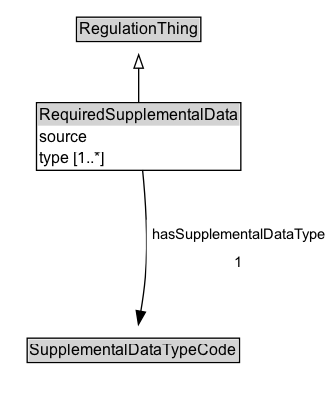
Above: docs/diagrams/RequiredSupplementalData.dot.png in k-vaughn/ontology-its-regulation (Graphviz), before the change. Its source is kept beside it as docs/diagrams/RequiredSupplementalData.dot.
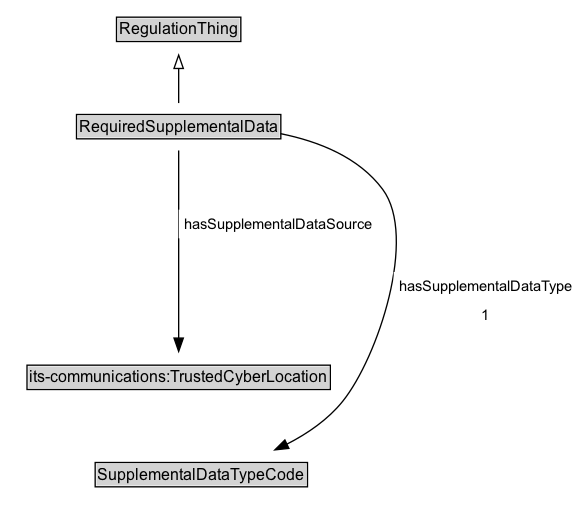
The same file after the commit.

What changed in the source:
```diff
@@ -6,18 +6,22 @@
 		rank=source
 		RegulationThing [label=<<TABLE BORDER="1" CELLBORDER="0" CELLSPACING="0" CELLPADDING="1"><TR><TD BGCOLOR="lightgray" ALIGN="CENTER">RegulationThing</TD></TR></TABLE>> URL="../RegulationThing" margin=0]
 	}
-	RequiredSupplementalData [label=<<TABLE BORDER="1" CELLBORDER="0" CELLSPACING="0" CELLPADDING="1"><TR><TD BGCOLOR="lightgray" ALIGN="CENTER">RequiredSupplementalData</TD></TR><TR><TD ALIGN="LEFT">source</TD></TR><TR><TD ALIGN="LEFT">type [1..*]</TD></TR></TABLE>> URL="../RequiredSupplementalData" margin=0]
+	RequiredSupplementalData [label=<<TABLE BORDER="1" CELLBORDER="0" CELLSPACING="0" CELLPADDING="1"><TR><TD BGCOLOR="lightgray" ALIGN="CENTER">RequiredSupplementalData</TD></TR></TABLE>> URL="../RequiredSupplementalData" margin=0]
 	{
 		rank=max
 	}
 	subgraph cluster_associated {
 		label="" style=invis
 		Invis [label=<<TABLE BORDER="0" CELLBORDER="0" CELLSPACING="0" CELLPADDING="1"><TR><TD></TD></TR></TABLE>> margin=0 style=invis]
+		"its-communications_TrustedCyberLocation" [label=<<TABLE BORDER="1" CELLBORDER="0" CELLSPACING="0" CELLPADDING="1"><TR><TD BGCOLOR="lightgray" ALIGN="CENTER">its-communications:TrustedCyberLocation</TD></TR></TABLE>> URL="https://w3id.org/itsdata/communications/v1/TrustedCyberLocation" margin=0]
 		SupplementalDataTypeCode [label=<<TABLE BORDER="1" CELLBORDER="0" CELLSPACING="0" CELLPADDING="1"><TR><TD BGCOLOR="lightgray" ALIGN="CENTER">SupplementalDataTypeCode</TD></TR></TABLE>> URL="../SupplementalDataTypeCode" margin=0]
 	}
 	RequiredSupplementalData -> RegulationThing [arrowhead=onormal style=solid]
 	RequiredSupplementalData -> Invis [style=invis]
-	Invis -> SupplementalDataTypeCode [style=invis]
+	Invis -> "its-communications_TrustedCyberLocation" [style=invis]
+	"its-communications_TrustedCyberLocation" -> SupplementalDataTypeCode [style=invis]
 	SupplementalDataTypeCode [label=<<TABLE BORDER="1" CELLBORDER="0" CELLSPACING="0" CELLPADDING="1"><TR><TD BGCOLOR="lightgray" ALIGN="CENTER">SupplementalDataTypeCode</TD></TR></TABLE>> URL="../SupplementalDataTypeCode" margin=0]
 	RequiredSupplementalData -> SupplementalDataTypeCode [label=<<TABLE BORDER="0" CELLBORDER="0" CELLSPACING="0" CELLPADDING="4" BGCOLOR="white"><TR><TD ALIGN="CENTER">hasSupplementalDataType</TD></TR><TR><TD ALIGN="CENTER">1</TD></TR></TABLE>> arrowhead=normal style=solid]
+	"its-communications_TrustedCyberLocation" [label=<<TABLE BORDER="1" CELLBORDER="0" CELLSPACING="0" CELLPADDING="1"><TR><TD BGCOLOR="lightgray" ALIGN="CENTER">its-communications:TrustedCyberLocation</TD></TR></TABLE>> URL="https://w3id.org/itsdata/communications/v1/TrustedCyberLocation" margin=0]
+	RequiredSupplementalData -> "its-communications_TrustedCyberLocation" [label=<<TABLE BORDER="0" CELLBORDER="0" CELLSPACING="0" CELLPADDING="4" BGCOLOR="white"><TR><TD ALIGN="CENTER">hasSupplementalDataSource</TD></TR></TABLE>> arrowhead=normal style=solid]
 }
```
